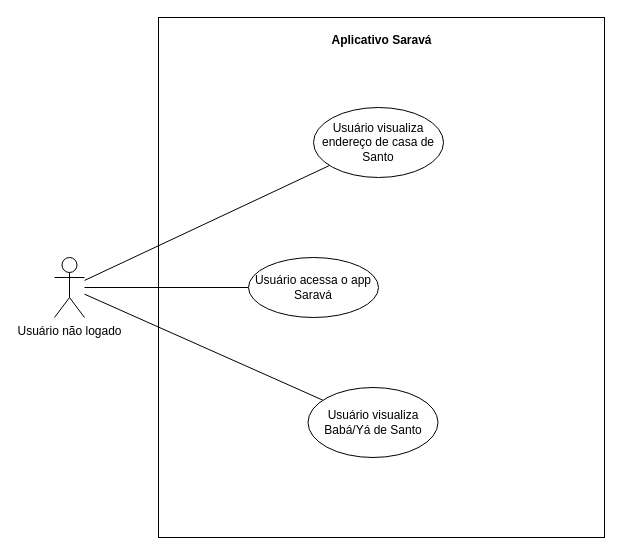
AlexCarvalhovisk/sarava keeps this draw.io diagram as CasoDeUsoNaoLogado.drawio. Above is the earlier version. Source tidied: cells renumbered, new cells numbered last; positions are measured from the earlier drawing's top-left corner, leaving out a move shared by most shapes. Both pictures are drawn from the tidied source at 100%, with x=0, y=0 at pixel (54, 17).
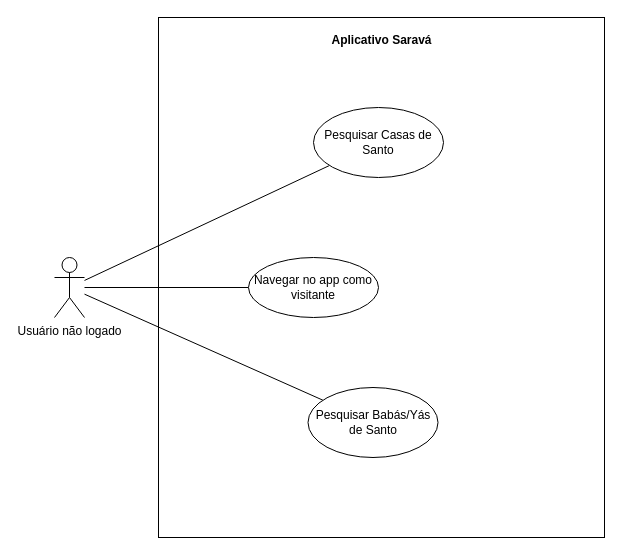
The same page after the edit.

The edit, as a diff of the source:
```diff
@@
 <mxGraphModel>
   <root>
     <mxCell id="0" />
     <mxCell id="1" parent="0" />
     <mxCell id="2" style="rounded=0;whiteSpace=wrap;html=1;" parent="1" vertex="1">
       <mxGeometry x="104" width="446" height="520" as="geometry" />
     </mxCell>
     <mxCell id="3" style="rounded=0;jettySize=auto;html=1;endArrow=none;endFill=0;" parent="1" edge="1" source="6" target="7">
       <mxGeometry relative="1" as="geometry" />
     </mxCell>
     <mxCell id="4" style="rounded=0;jettySize=auto;html=1;endArrow=none;endFill=0;" parent="1" edge="1" source="6" target="9">
       <mxGeometry relative="1" as="geometry" />
     </mxCell>
     <mxCell id="5" style="rounded=0;jettySize=auto;html=1;endArrow=none;endFill=0;" parent="1" edge="1" source="6" target="8">
       <mxGeometry relative="1" as="geometry" />
     </mxCell>
     <mxCell id="6" value="Usuário não logado" style="shape=umlActor;verticalLabelPosition=bottom;verticalAlign=top;html=1;" parent="1" vertex="1">
       <mxGeometry y="240" width="30" height="60" as="geometry" />
     </mxCell>
-    <mxCell id="7" value="Usuário acessa o app Saravá" style="ellipse;whiteSpace=wrap;html=1;" parent="1" vertex="1">
+    <mxCell id="7" value="Navegar no app como visitante" style="ellipse;whiteSpace=wrap;html=1;" parent="1" vertex="1">
       <mxGeometry x="194" y="240" width="130" height="60" as="geometry" />
     </mxCell>
-    <mxCell id="8" value="Usuário visualiza endereço de casa de Santo" style="ellipse;whiteSpace=wrap;html=1;" parent="1" vertex="1">
+    <mxCell id="8" value="Pesquisar Casas de Santo" style="ellipse;whiteSpace=wrap;html=1;" parent="1" vertex="1">
       <mxGeometry x="259" y="90" width="130" height="70" as="geometry" />
     </mxCell>
-    <mxCell id="9" value="Usuário visualiza Babá/Yá de Santo" style="ellipse;whiteSpace=wrap;html=1;" parent="1" vertex="1">
+    <mxCell id="9" value="Pesquisar Babás/Yás de Santo" style="ellipse;whiteSpace=wrap;html=1;" parent="1" vertex="1">
       <mxGeometry x="253.5" y="370" width="130" height="70" as="geometry" />
     </mxCell>
     <mxCell id="10" value="Aplicativo Saravá" style="text;align=center;fontStyle=1;verticalAlign=middle;spacingLeft=3;spacingRight=3;strokeColor=none;html=1;" parent="1" vertex="1">
       <mxGeometry x="270.5" y="10" width="113" height="26" as="geometry" />
     </mxCell>
   </root>
 </mxGraphModel>
```
